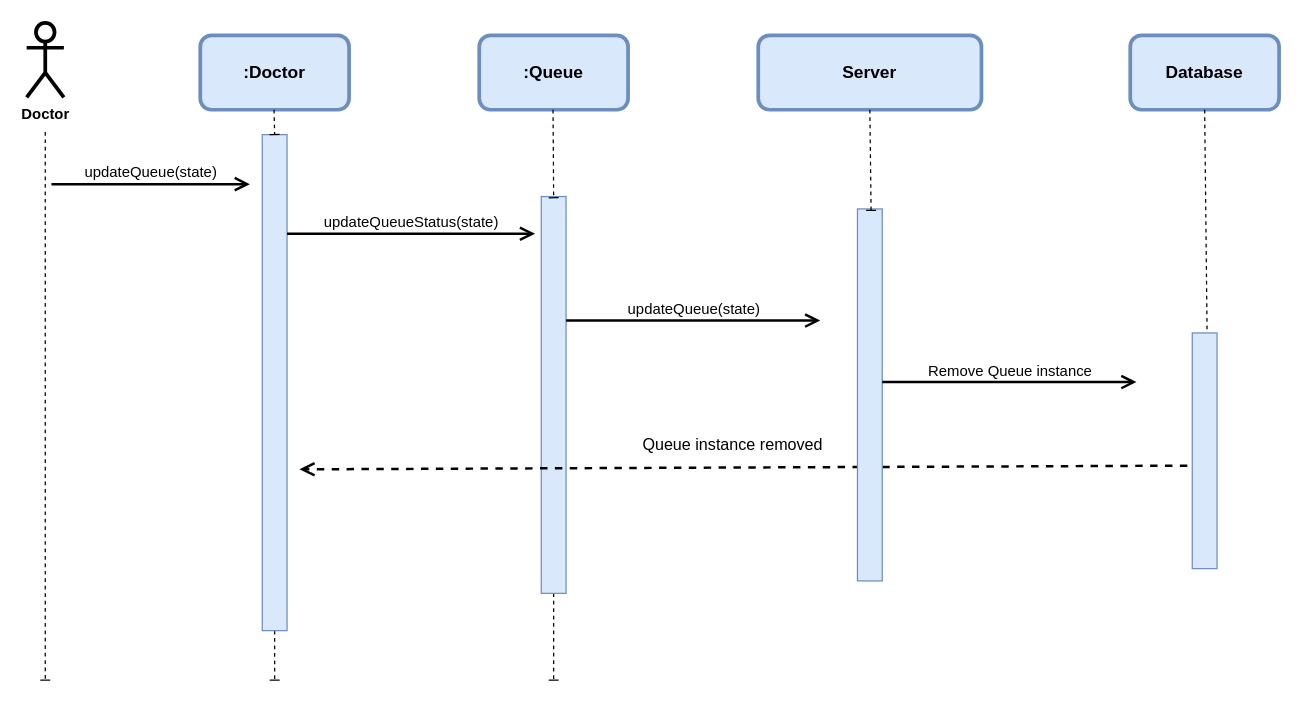
Nama21yo/SDS-EMR keeps this draw.io diagram as UseCase_Diagram/Dagim/removeQueue.dio. Above is the earlier version. Source tidied: cells renumbered, new cells numbered last; positions are measured from the earlier drawing's top-left corner, leaving out a move shared by most shapes. Both pictures are drawn from the tidied source at 124%, with x=0, y=0 at pixel (26, 22).
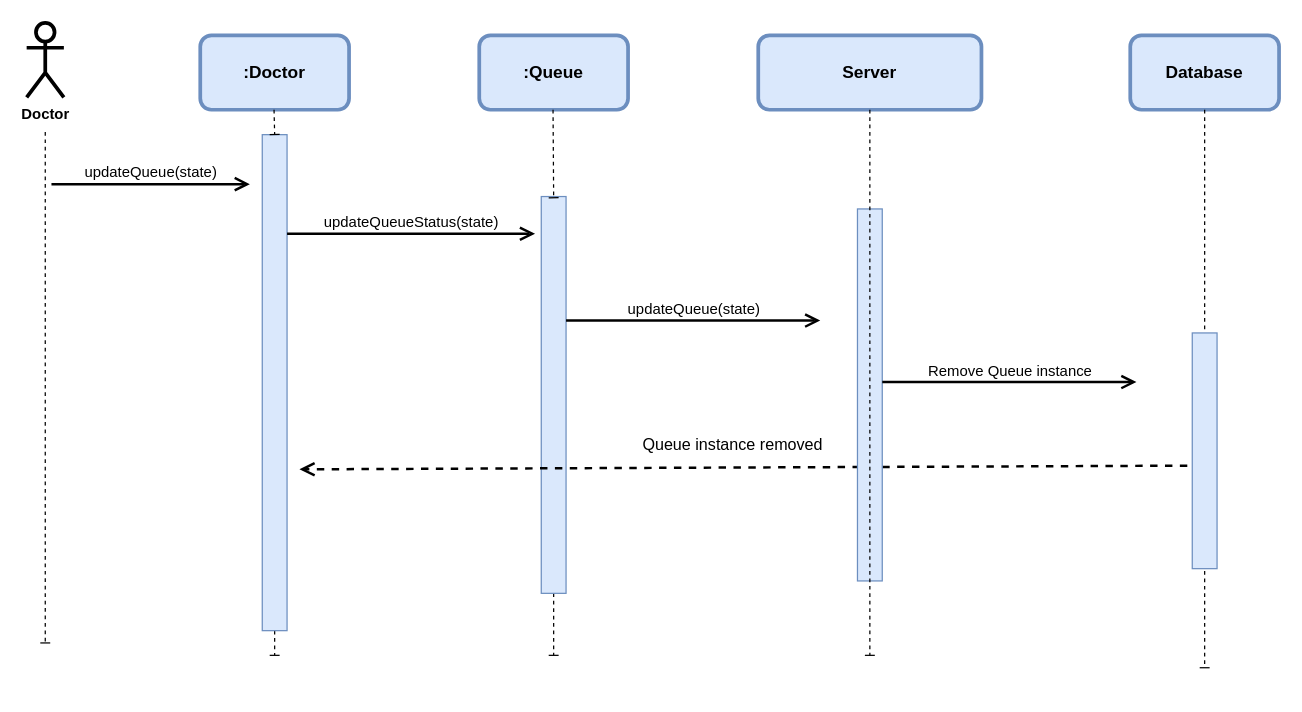
After the change.

The change refers to these unchanged cells:
```xml
<mxCell id="6" style="html=1;points=[];perimeter=orthogonalPerimeter;fontSize=12;fillColor=#dae8fc;strokeColor=#6c8ebf;" parent="1" vertex="1">
  <mxGeometry x="190" y="90.1" width="20" height="400" as="geometry" />
</mxCell>
<mxCell id="11" style="html=1;points=[];perimeter=orthogonalPerimeter;fontSize=12;fillColor=#dae8fc;strokeColor=#6c8ebf;" parent="1" vertex="1">
  <mxGeometry x="415" y="140" width="20" height="320" as="geometry" />
</mxCell>
<mxCell id="14" value="&lt;span style=&quot;font-size: 14px;&quot;&gt;&lt;b&gt;Database&lt;/b&gt;&lt;/span&gt;" style="rounded=1;whiteSpace=wrap;html=1;strokeWidth=3;fillColor=#dae8fc;strokeColor=#6c8ebf;" parent="1" vertex="1">
  <mxGeometry x="890" y="10" width="120" height="60" as="geometry" />
</mxCell>
<mxCell id="16" style="html=1;points=[];perimeter=orthogonalPerimeter;fontSize=12;fillColor=#dae8fc;strokeColor=#6c8ebf;" parent="1" vertex="1">
  <mxGeometry x="940" y="250" width="20" height="190.1" as="geometry" />
</mxCell>
<mxCell id="19" style="html=1;points=[];perimeter=orthogonalPerimeter;fontSize=12;fillColor=#dae8fc;strokeColor=#6c8ebf;" parent="1" vertex="1">
  <mxGeometry x="670" y="150" width="20" height="300" as="geometry" />
</mxCell>
<mxCell id="20" value="&lt;span style=&quot;font-size: 14px;&quot;&gt;&lt;b&gt;Server&lt;/b&gt;&lt;/span&gt;" style="rounded=1;whiteSpace=wrap;html=1;strokeWidth=3;fillColor=#dae8fc;strokeColor=#6c8ebf;" parent="1" vertex="1">
  <mxGeometry x="590" y="10" width="180" height="60" as="geometry" />
</mxCell>
```

Change to the diagram source:
```diff
@@
-<mxGraphModel>
+<mxGraphModel background="#ffffff">
@@
     <mxCell id="3" style="edgeStyle=none;html=1;dashed=1;strokeWidth=1;endArrow=baseDash;endFill=0;" parent="1" edge="1">
       <mxGeometry relative="1" as="geometry">
         <mxPoint x="15" y="87.9" as="sourcePoint" />
-        <mxPoint x="15" y="530" as="targetPoint" />
+        <mxPoint x="15" y="500" as="targetPoint" />
       </mxGeometry>
     </mxCell>
@@
     <mxCell id="5" style="edgeStyle=none;html=1;dashed=1;strokeWidth=1;endArrow=baseDash;endFill=0;startArrow=none;" parent="1" edge="1" source="6">
       <mxGeometry relative="1" as="geometry">
-        <mxPoint x="200" y="530" as="targetPoint" />
+        <mxPoint x="200" y="510" as="targetPoint" />
       </mxGeometry>
     </mxCell>
@@
     <mxCell id="10" style="edgeStyle=none;html=1;dashed=1;strokeWidth=1;endArrow=baseDash;endFill=0;startArrow=none;" parent="1" edge="1" source="11">
       <mxGeometry relative="1" as="geometry">
-        <mxPoint x="425" y="530" as="targetPoint" />
+        <mxPoint x="425" y="510" as="targetPoint" />
       </mxGeometry>
     </mxCell>
@@
-    <mxCell id="15" style="edgeStyle=none;html=1;dashed=1;strokeWidth=1;endArrow=baseDash;endFill=0;startArrow=none;exitX=0.5;exitY=1;exitDx=0;exitDy=0;entryX=0.6;entryY=0.016;entryDx=0;entryDy=0;entryPerimeter=0;" parent="1" edge="1" source="14" target="16">
-      <mxGeometry relative="1" as="geometry" />
+    <mxCell id="15" style="edgeStyle=none;html=1;dashed=1;strokeWidth=1;endArrow=baseDash;endFill=0;startArrow=none;exitX=0.5;exitY=1;exitDx=0;exitDy=0;" parent="1" edge="1" source="14">
+      <mxGeometry relative="1" as="geometry">
+        <mxPoint x="950" y="520" as="targetPoint" />
+      </mxGeometry>
     </mxCell>
@@
-    <mxCell id="21" style="edgeStyle=none;html=1;dashed=1;strokeWidth=1;endArrow=baseDash;endFill=0;startArrow=none;entryX=0.55;entryY=0.004;entryDx=0;entryDy=0;entryPerimeter=0;exitX=0.5;exitY=1;exitDx=0;exitDy=0;" parent="1" edge="1" source="20" target="19">
-      <mxGeometry relative="1" as="geometry" />
+    <mxCell id="21" style="edgeStyle=none;html=1;dashed=1;strokeWidth=1;endArrow=baseDash;endFill=0;startArrow=none;exitX=0.5;exitY=1;exitDx=0;exitDy=0;" parent="1" edge="1" source="20">
+      <mxGeometry relative="1" as="geometry">
+        <mxPoint x="680" y="510" as="targetPoint" />
+      </mxGeometry>
     </mxCell>
```
